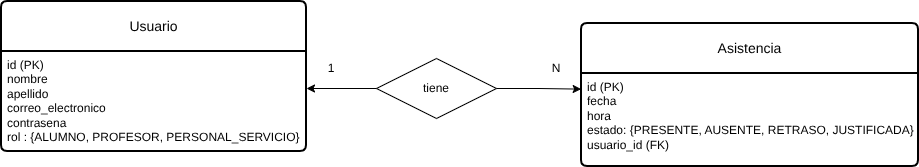
Earlier version of the draw.io export media/diagrama_relacion_entidad.png (jeironEC/proyecto-control-asistencia). Source tidied: cells renumbered, new cells last; positions are measured from the earlier drawing's top-left corner, leaving out a move shared by most shapes. Source of this version:
```xml
<mxGraphModel>
  <root>
    <mxCell id="0" />
    <mxCell id="1" parent="0" />
    <mxCell id="2" value="Usuario" style="swimlane;horizontal=1;startSize=50;rounded=1;fontSize=14;fontStyle=0;strokeWidth=2;shadow=0;dashed=0;align=center;arcSize=4;whiteSpace=wrap;html=1;" parent="1" vertex="1">
      <mxGeometry width="305" height="150" as="geometry" />
    </mxCell>
    <mxCell id="3" value="&lt;div&gt;id (PK)&lt;/div&gt;nombre&lt;div&gt;apellido&lt;/div&gt;&lt;div&gt;correo_electronico&lt;/div&gt;&lt;div&gt;contrasena&lt;/div&gt;&lt;div&gt;rol&amp;nbsp;: {ALUMNO, PROFESOR, PERSONAL_SERVICIO}&lt;/div&gt;" style="align=left;strokeColor=none;fillColor=none;spacingLeft=4;spacingRight=4;fontSize=12;verticalAlign=top;html=1;whiteSpace=wrap;" parent="2" vertex="1">
      <mxGeometry y="50" width="305" height="100" as="geometry" />
    </mxCell>
    <mxCell id="4" value="Asistencia" style="swimlane;horizontal=1;startSize=50;rounded=1;fontSize=14;fontStyle=0;strokeWidth=2;shadow=0;dashed=0;align=center;arcSize=4;whiteSpace=wrap;html=1;" parent="1" vertex="1">
      <mxGeometry x="580" y="22" width="337" height="143" as="geometry" />
    </mxCell>
    <mxCell id="5" value="&lt;div&gt;id (PK)&lt;/div&gt;&lt;div&gt;fecha&amp;nbsp;&lt;/div&gt;&lt;div&gt;hora&lt;/div&gt;&lt;div&gt;estado: {PRESENTE, AUSENTE, RETRASO, JUSTIFICADA}&lt;/div&gt;&lt;div&gt;usuario_id (FK)&lt;/div&gt;" style="align=left;strokeColor=none;fillColor=none;spacingLeft=4;spacingRight=4;fontSize=12;verticalAlign=top;html=1;whiteSpace=wrap;" parent="4" vertex="1">
      <mxGeometry y="50" width="337" height="93" as="geometry" />
    </mxCell>
    <mxCell id="6" value="N" style="text;html=1;whiteSpace=wrap;strokeColor=none;fillColor=none;align=center;verticalAlign=middle;rounded=0;" parent="1" vertex="1">
      <mxGeometry x="540" y="57" width="30" height="20" as="geometry" />
    </mxCell>
    <mxCell id="7" value="tiene" style="shape=rhombus;perimeter=rhombusPerimeter;whiteSpace=wrap;html=1;align=center;" parent="1" vertex="1">
      <mxGeometry x="375" y="57" width="120" height="60" as="geometry" />
    </mxCell>
    <mxCell id="8" value="1" style="text;html=1;whiteSpace=wrap;strokeColor=none;fillColor=none;align=center;verticalAlign=middle;rounded=0;" parent="1" vertex="1">
      <mxGeometry x="315" y="57" width="30" height="20" as="geometry" />
    </mxCell>
    <mxCell id="9" style="edgeStyle=orthogonalEdgeStyle;rounded=0;jettySize=auto;html=1;" parent="1" edge="1" source="7">
      <mxGeometry relative="1" as="geometry">
        <mxPoint x="305" y="87" as="targetPoint" />
      </mxGeometry>
    </mxCell>
    <mxCell id="10" style="edgeStyle=orthogonalEdgeStyle;rounded=0;jettySize=auto;html=1;entryX=-0.001;entryY=0.168;entryDx=0;entryDy=0;entryPerimeter=0;" parent="1" edge="1" source="7" target="5">
      <mxGeometry relative="1" as="geometry" />
    </mxCell>
  </root>
</mxGraphModel>
```
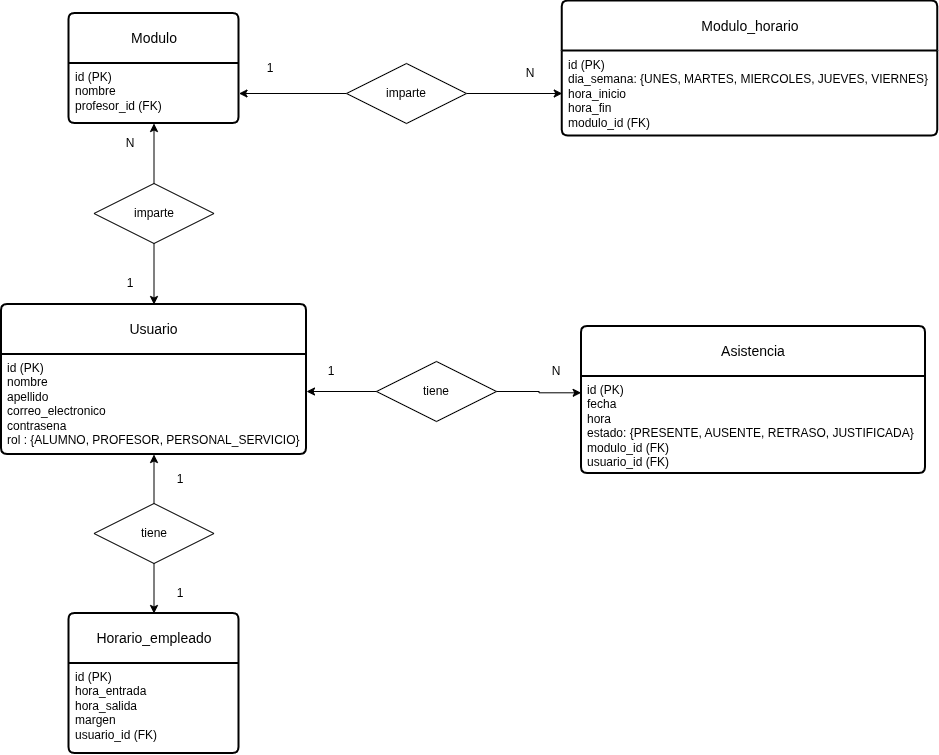
Later version of the same file.

Commit message:
Cambios en la API y el esquema sql

Diff of the diagram source:
```diff
@@ -9,10 +9,10 @@
       <mxGeometry y="50" width="305" height="100" as="geometry" />
     </mxCell>
     <mxCell id="4" value="Asistencia" style="swimlane;horizontal=1;startSize=50;rounded=1;fontSize=14;fontStyle=0;strokeWidth=2;shadow=0;dashed=0;align=center;arcSize=4;whiteSpace=wrap;html=1;" parent="1" vertex="1">
-      <mxGeometry x="580" y="22" width="337" height="143" as="geometry" />
+      <mxGeometry x="580" y="22" width="344" height="147" as="geometry" />
     </mxCell>
-    <mxCell id="5" value="&lt;div&gt;id (PK)&lt;/div&gt;&lt;div&gt;fecha&amp;nbsp;&lt;/div&gt;&lt;div&gt;hora&lt;/div&gt;&lt;div&gt;estado: {PRESENTE, AUSENTE, RETRASO, JUSTIFICADA}&lt;/div&gt;&lt;div&gt;usuario_id (FK)&lt;/div&gt;" style="align=left;strokeColor=none;fillColor=none;spacingLeft=4;spacingRight=4;fontSize=12;verticalAlign=top;html=1;whiteSpace=wrap;" parent="4" vertex="1">
-      <mxGeometry y="50" width="337" height="93" as="geometry" />
+    <mxCell id="5" value="&lt;div&gt;id (PK)&lt;/div&gt;&lt;div&gt;fecha&amp;nbsp;&lt;/div&gt;&lt;div&gt;hora&lt;/div&gt;&lt;div&gt;estado: {PRESENTE, AUSENTE, RETRASO, JUSTIFICADA}&lt;/div&gt;&lt;div&gt;modulo_id (FK)&lt;/div&gt;&lt;div&gt;usuario_id (FK)&lt;/div&gt;" style="align=left;strokeColor=none;fillColor=none;spacingLeft=4;spacingRight=4;fontSize=12;verticalAlign=top;html=1;whiteSpace=wrap;" parent="4" vertex="1">
+      <mxGeometry y="50" width="344" height="97" as="geometry" />
     </mxCell>
     <mxCell id="6" value="N" style="text;html=1;whiteSpace=wrap;strokeColor=none;fillColor=none;align=center;verticalAlign=middle;rounded=0;" parent="1" vertex="1">
       <mxGeometry x="540" y="57" width="30" height="20" as="geometry" />
@@ -31,5 +31,68 @@
     <mxCell id="10" style="edgeStyle=orthogonalEdgeStyle;rounded=0;jettySize=auto;html=1;entryX=-0.001;entryY=0.168;entryDx=0;entryDy=0;entryPerimeter=0;" parent="1" edge="1" source="7" target="5">
       <mxGeometry relative="1" as="geometry" />
     </mxCell>
+    <mxCell id="11" value="Horario_empleado" style="swimlane;horizontal=1;startSize=50;rounded=1;fontSize=14;fontStyle=0;strokeWidth=2;shadow=0;dashed=0;align=center;arcSize=4;whiteSpace=wrap;html=1;" parent="1" vertex="1">
+      <mxGeometry x="67.5" y="309" width="170" height="140" as="geometry" />
+    </mxCell>
+    <mxCell id="12" value="id (PK)&lt;div&gt;hora_entrada&lt;/div&gt;&lt;div&gt;hora_salida&lt;/div&gt;&lt;div&gt;margen&lt;/div&gt;&lt;div&gt;usuario_id (FK)&lt;/div&gt;" style="align=left;strokeColor=none;fillColor=none;spacingLeft=4;spacingRight=4;fontSize=12;verticalAlign=top;html=1;whiteSpace=wrap;" parent="11" vertex="1">
+      <mxGeometry y="50" width="170" height="90" as="geometry" />
+    </mxCell>
+    <mxCell id="13" value="Modulo" style="swimlane;horizontal=1;startSize=50;rounded=1;fontSize=14;fontStyle=0;strokeWidth=2;shadow=0;dashed=0;align=center;arcSize=4;whiteSpace=wrap;html=1;" parent="1" vertex="1">
+      <mxGeometry x="67.5" y="-291" width="170" height="110" as="geometry" />
+    </mxCell>
+    <mxCell id="14" value="id (PK)&lt;div&gt;nombre&lt;/div&gt;&lt;div&gt;profesor_id (FK)&lt;/div&gt;" style="align=left;strokeColor=none;fillColor=none;spacingLeft=4;spacingRight=4;fontSize=12;verticalAlign=top;html=1;whiteSpace=wrap;" parent="13" vertex="1">
+      <mxGeometry y="50" width="170" height="60" as="geometry" />
+    </mxCell>
+    <mxCell id="15" value="Modulo_horario" style="swimlane;horizontal=1;startSize=50;rounded=1;fontSize=14;fontStyle=0;strokeWidth=2;shadow=0;dashed=0;align=center;arcSize=4;whiteSpace=wrap;html=1;" parent="1" vertex="1">
+      <mxGeometry x="560.8" y="-303.5" width="375.5" height="135" as="geometry" />
+    </mxCell>
+    <mxCell id="16" value="id (PK)&lt;div&gt;dia_semana: {UNES, MARTES, MIERCOLES, JUEVES, VIERNES}&lt;/div&gt;&lt;div&gt;hora_inicio&lt;/div&gt;&lt;div&gt;hora_fin&lt;/div&gt;&lt;div&gt;modulo_id (FK)&lt;/div&gt;" style="align=left;strokeColor=none;fillColor=none;spacingLeft=4;spacingRight=4;fontSize=12;verticalAlign=top;html=1;whiteSpace=wrap;" parent="15" vertex="1">
+      <mxGeometry y="50" width="375.5" height="85" as="geometry" />
+    </mxCell>
+    <mxCell id="17" style="edgeStyle=orthogonalEdgeStyle;rounded=0;jettySize=auto;html=1;" parent="1" edge="1" source="19" target="14">
+      <mxGeometry relative="1" as="geometry" />
+    </mxCell>
+    <mxCell id="18" style="edgeStyle=orthogonalEdgeStyle;rounded=0;jettySize=auto;html=1;entryX=0.5;entryY=0;entryDx=0;entryDy=0;" parent="1" edge="1" source="19" target="2">
+      <mxGeometry relative="1" as="geometry" />
+    </mxCell>
+    <mxCell id="19" value="imparte" style="shape=rhombus;perimeter=rhombusPerimeter;whiteSpace=wrap;html=1;align=center;" parent="1" vertex="1">
+      <mxGeometry x="92.5" y="-121" width="120" height="60" as="geometry" />
+    </mxCell>
+    <mxCell id="20" value="1" style="text;html=1;whiteSpace=wrap;strokeColor=none;fillColor=none;align=center;verticalAlign=middle;rounded=0;" parent="1" vertex="1">
+      <mxGeometry x="114" y="-31" width="30" height="20" as="geometry" />
+    </mxCell>
+    <mxCell id="21" value="N" style="text;html=1;whiteSpace=wrap;strokeColor=none;fillColor=none;align=center;verticalAlign=middle;rounded=0;" parent="1" vertex="1">
+      <mxGeometry x="114" y="-171" width="30" height="20" as="geometry" />
+    </mxCell>
+    <mxCell id="22" style="edgeStyle=orthogonalEdgeStyle;rounded=0;jettySize=auto;html=1;entryX=0.5;entryY=1;entryDx=0;entryDy=0;" parent="1" edge="1" source="24" target="3">
+      <mxGeometry relative="1" as="geometry" />
+    </mxCell>
+    <mxCell id="23" style="edgeStyle=orthogonalEdgeStyle;rounded=0;jettySize=auto;html=1;entryX=0.5;entryY=0;entryDx=0;entryDy=0;" parent="1" edge="1" source="24" target="11">
+      <mxGeometry relative="1" as="geometry" />
+    </mxCell>
+    <mxCell id="24" value="tiene" style="shape=rhombus;perimeter=rhombusPerimeter;whiteSpace=wrap;html=1;align=center;" parent="1" vertex="1">
+      <mxGeometry x="92.5" y="199" width="120" height="60" as="geometry" />
+    </mxCell>
+    <mxCell id="25" value="1" style="text;html=1;whiteSpace=wrap;strokeColor=none;fillColor=none;align=center;verticalAlign=middle;rounded=0;" parent="1" vertex="1">
+      <mxGeometry x="164" y="165" width="30" height="20" as="geometry" />
+    </mxCell>
+    <mxCell id="26" value="1" style="text;html=1;whiteSpace=wrap;strokeColor=none;fillColor=none;align=center;verticalAlign=middle;rounded=0;" parent="1" vertex="1">
+      <mxGeometry x="164" y="279" width="30" height="20" as="geometry" />
+    </mxCell>
+    <mxCell id="27" style="edgeStyle=orthogonalEdgeStyle;rounded=0;jettySize=auto;html=1;entryX=1;entryY=0.5;entryDx=0;entryDy=0;" parent="1" edge="1" source="29" target="14">
+      <mxGeometry relative="1" as="geometry" />
+    </mxCell>
+    <mxCell id="28" style="edgeStyle=orthogonalEdgeStyle;rounded=0;jettySize=auto;html=1;entryX=0;entryY=0.5;entryDx=0;entryDy=0;" parent="1" edge="1" source="29" target="16">
+      <mxGeometry relative="1" as="geometry" />
+    </mxCell>
+    <mxCell id="29" value="imparte" style="shape=rhombus;perimeter=rhombusPerimeter;whiteSpace=wrap;html=1;align=center;" parent="1" vertex="1">
+      <mxGeometry x="345" y="-241" width="120" height="60" as="geometry" />
+    </mxCell>
+    <mxCell id="30" value="1" style="text;html=1;whiteSpace=wrap;strokeColor=none;fillColor=none;align=center;verticalAlign=middle;rounded=0;" parent="1" vertex="1">
+      <mxGeometry x="254" y="-246" width="30" height="20" as="geometry" />
+    </mxCell>
+    <mxCell id="31" value="N" style="text;html=1;whiteSpace=wrap;strokeColor=none;fillColor=none;align=center;verticalAlign=middle;rounded=0;" parent="1" vertex="1">
+      <mxGeometry x="514" y="-241" width="30" height="20" as="geometry" />
+    </mxCell>
   </root>
 </mxGraphModel>
```
